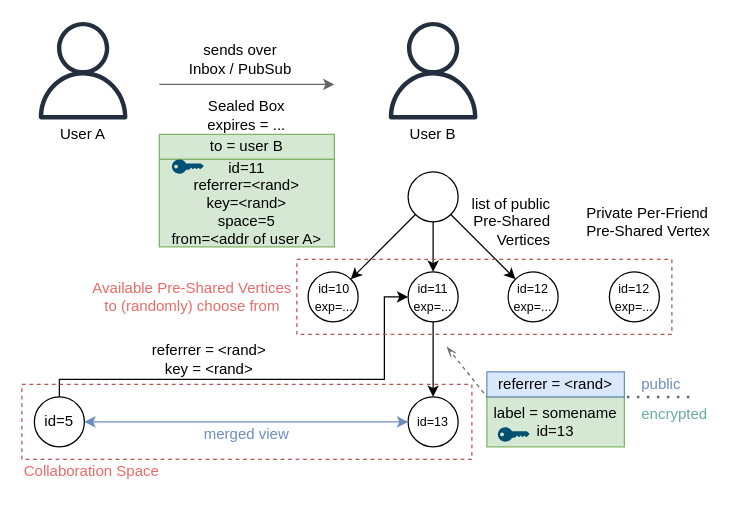
fsteff/certacrypt keeps this draw.io diagram as docs/preshared-vertices.drawio. Above is the earlier version. Source tidied: cells renumbered, new cells numbered last; positions are measured from the earlier drawing's top-left corner, leaving out a move shared by most shapes. Both pictures are drawn from the tidied source at 125%, with x=0, y=0 at pixel (21, 21).
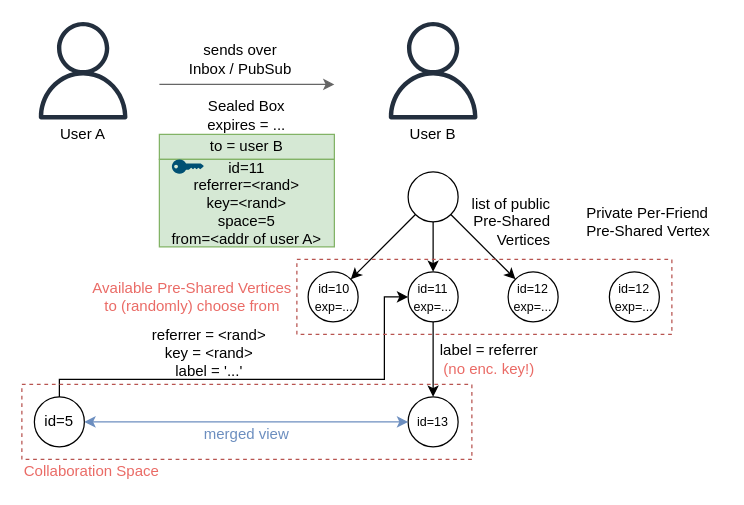
Above is the later version.

The edit, as a diff of the source:
```diff
@@
-    <mxCell id="27" value="referrer = &amp;lt;rand&amp;gt;&lt;br&gt;key = &amp;lt;rand&amp;gt;" style="text;html=1;strokeColor=none;fillColor=none;align=center;verticalAlign=middle;whiteSpace=wrap;rounded=0;" parent="1" vertex="1">
-      <mxGeometry x="80" y="260" width="140" height="20" as="geometry" />
+    <mxCell id="27" value="referrer = &amp;lt;rand&amp;gt;&lt;br&gt;key = &amp;lt;rand&amp;gt;&lt;br&gt;label = '...'" style="text;html=1;strokeColor=none;fillColor=none;align=center;verticalAlign=middle;whiteSpace=wrap;rounded=0;" parent="1" vertex="1">
+      <mxGeometry x="80" y="250" width="140" height="30" as="geometry" />
     </mxCell>
-    <mxCell id="28" value="&lt;span&gt;label = somename&lt;/span&gt;&lt;br&gt;&lt;span&gt;id=13&lt;/span&gt;" style="rounded=0;whiteSpace=wrap;html=1;fillColor=#d5e8d4;strokeColor=#82b366;" parent="1" vertex="1">
-      <mxGeometry x="372" y="300" width="110" height="40" as="geometry" />
-    </mxCell>
-    <mxCell id="29" value="&lt;span&gt;referrer = &amp;lt;rand&amp;gt;&lt;/span&gt;" style="rounded=0;whiteSpace=wrap;html=1;fillColor=#dae8fc;strokeColor=#6c8ebf;" parent="1" vertex="1">
-      <mxGeometry x="372" y="280" width="110" height="20" as="geometry" />
-    </mxCell>
-    <mxCell id="30" style="endArrow=none;html=1;entryX=0;entryY=1;entryDx=0;entryDy=0;startArrow=openThin;startFill=0;dashed=1;fillColor=#dae8fc;strokeColor=#666666;" parent="1" edge="1" target="29">
-      <mxGeometry relative="1" as="geometry">
-        <mxPoint x="340" y="260" as="sourcePoint" />
-      </mxGeometry>
-    </mxCell>
-    <mxCell id="31" style="verticalLabelPosition=bottom;html=1;verticalAlign=top;align=center;shape=mxgraph.cisco19.key;fillColor=#005073;strokeColor=none;" parent="1" vertex="1">
-      <mxGeometry x="380.8" y="324.3" width="25.5" height="11.5" as="geometry" />
-    </mxCell>
@@
-    <mxCell id="35" style="endArrow=none;dashed=1;html=1;dashPattern=1 3;strokeWidth=2;entryX=1;entryY=1;entryDx=0;entryDy=0;strokeColor=#666666;" parent="1" edge="1" target="29">
-      <mxGeometry relative="1" as="geometry">
-        <mxPoint x="534" y="300" as="sourcePoint" />
-      </mxGeometry>
-    </mxCell>
-    <mxCell id="36" value="&lt;font color=&quot;#6c8ebf&quot;&gt;public&lt;/font&gt;" style="text;html=1;strokeColor=none;fillColor=none;align=left;verticalAlign=middle;whiteSpace=wrap;rounded=0;" parent="1" vertex="1">
-      <mxGeometry x="494" y="280" width="40" height="20" as="geometry" />
-    </mxCell>
-    <mxCell id="37" value="&lt;font color=&quot;#67ab9f&quot;&gt;encrypted&lt;/font&gt;" style="text;html=1;strokeColor=none;fillColor=none;align=left;verticalAlign=middle;whiteSpace=wrap;rounded=0;" parent="1" vertex="1">
-      <mxGeometry x="494" y="304.3" width="40" height="20" as="geometry" />
-    </mxCell>
@@
+    <mxCell id="44" value="label = referrer&lt;br&gt;&lt;font color=&quot;#ea6b66&quot;&gt;(no enc. key!)&lt;/font&gt;" style="text;html=1;strokeColor=none;fillColor=none;align=center;verticalAlign=middle;whiteSpace=wrap;rounded=0;" parent="1" vertex="1">
+      <mxGeometry x="328" y="260" width="92" height="20" as="geometry" />
+    </mxCell>
```
